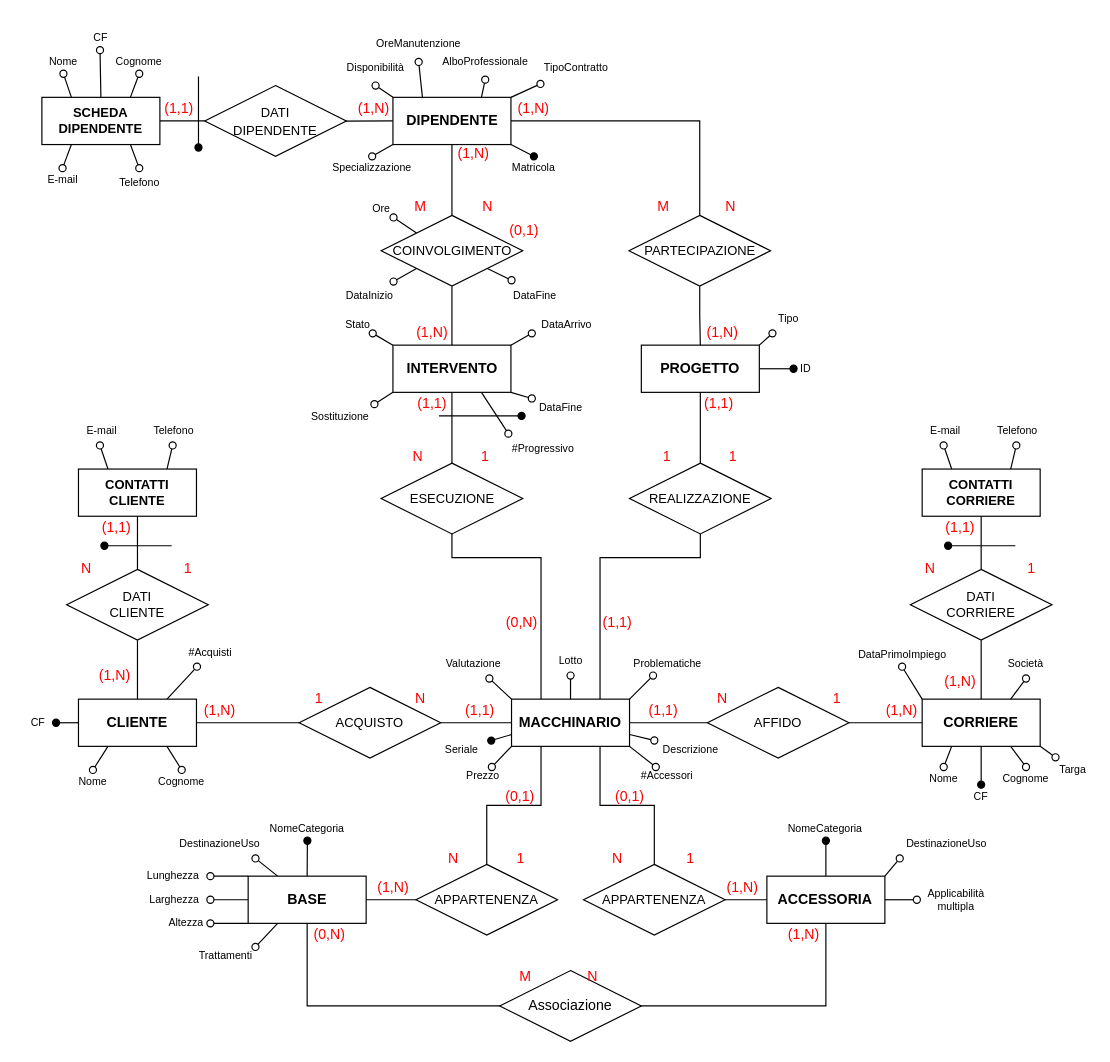
The draw.io diagram SchemaER/SchemaER_Definitivo.drawio in MicheleRabesco/MacchinariEstetici, before the edit. Source tidied: cells renumbered, new cells numbered last; positions are measured from the earlier drawing's top-left corner, leaving out a move shared by most shapes. Both pictures are drawn from the tidied source at 118%, with x=0, y=0 at pixel (20, 26).
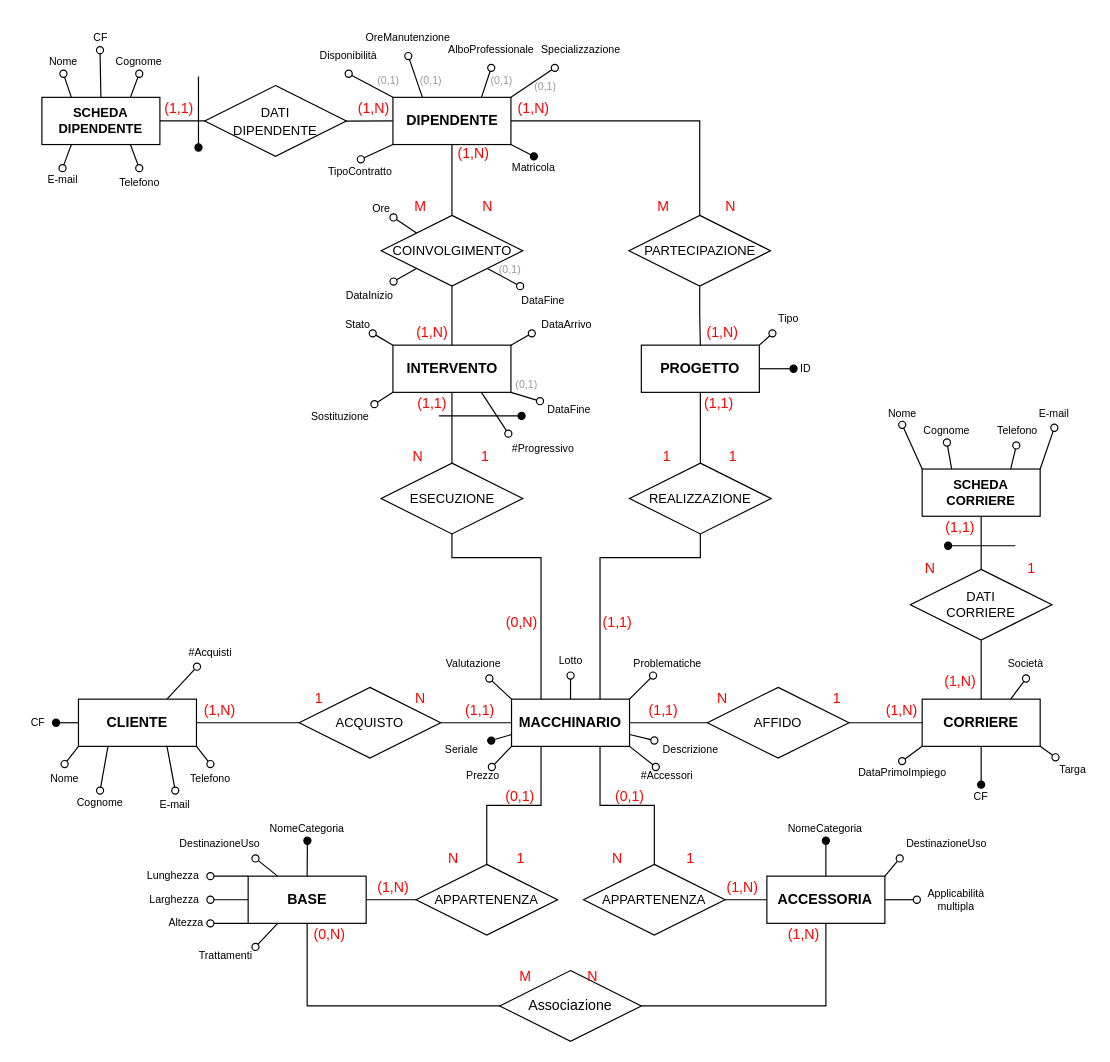
Above is the later version.

Unchanged cells that the change refers to:
```xml
<mxCell id="8" value="&lt;b&gt;CLIENTE&lt;/b&gt;" style="whiteSpace=wrap;html=1;align=center;fontColor=#000000;" parent="1" vertex="1">
  <mxGeometry x="49" y="570" width="100" height="40" as="geometry" />
</mxCell>
<mxCell id="33" value="&lt;b&gt;DIPENDENTE&lt;/b&gt;" style="whiteSpace=wrap;html=1;align=center;" parent="1" vertex="1">
  <mxGeometry x="315.5" y="60" width="100" height="40" as="geometry" />
</mxCell>
<mxCell id="47" value="&lt;b&gt;CORRIERE&lt;/b&gt;" style="whiteSpace=wrap;html=1;align=center;fontColor=#000000;" parent="1" vertex="1">
  <mxGeometry x="764" y="570" width="100" height="40" as="geometry" />
</mxCell>
```

Change to the diagram source:
```diff
@@
-    <mxCell id="4" style="edgeStyle=none;rounded=0;jettySize=auto;html=1;exitX=0.25;exitY=1;exitDx=0;exitDy=0;entryX=0.5;entryY=0;entryDx=0;entryDy=0;fontSize=11;endArrow=oval;endFill=0;" parent="1" edge="1" source="8" target="119">
+    <mxCell id="4" style="edgeStyle=none;rounded=0;jettySize=auto;html=1;exitX=0;exitY=1;exitDx=0;exitDy=0;entryX=0.5;entryY=0;entryDx=0;entryDy=0;fontSize=11;endArrow=oval;endFill=0;" parent="1" edge="1" source="8" target="119">
       <mxGeometry relative="1" as="geometry" />
     </mxCell>
-    <mxCell id="5" style="edgeStyle=none;rounded=0;jettySize=auto;html=1;exitX=0.75;exitY=1;exitDx=0;exitDy=0;entryX=0.5;entryY=0;entryDx=0;entryDy=0;fontSize=11;endArrow=oval;endFill=0;" parent="1" edge="1" source="8" target="120">
+    <mxCell id="5" style="edgeStyle=none;rounded=0;jettySize=auto;html=1;exitX=0.25;exitY=1;exitDx=0;exitDy=0;entryX=0.5;entryY=0;entryDx=0;entryDy=0;fontSize=11;endArrow=oval;endFill=0;" parent="1" edge="1" source="8" target="120">
       <mxGeometry relative="1" as="geometry" />
     </mxCell>
@@
-    <mxCell id="7" style="edgeStyle=orthogonalEdgeStyle;rounded=0;jettySize=auto;html=1;entryX=0.5;entryY=1;entryDx=0;entryDy=0;endArrow=none;endFill=0;" parent="1" edge="1" source="8" target="182">
-      <mxGeometry relative="1" as="geometry" />
-    </mxCell>
@@
-    <mxCell id="25" style="edgeStyle=none;rounded=0;jettySize=auto;html=1;exitX=1;exitY=0;exitDx=0;exitDy=0;fontSize=9;endArrow=oval;endFill=0;" parent="1" edge="1" source="33" target="89">
+    <mxCell id="25" style="edgeStyle=none;rounded=0;jettySize=auto;html=1;fontSize=9;endArrow=oval;endFill=0;startArrow=none;exitX=1;exitY=0;exitDx=0;exitDy=0;" parent="1" edge="1" source="33" target="89">
       <mxGeometry relative="1" as="geometry" />
     </mxCell>
@@
-    <mxCell id="40" style="edgeStyle=none;rounded=0;jettySize=auto;html=1;exitX=0;exitY=0;exitDx=0;exitDy=0;fontSize=9;fontColor=#000000;endArrow=oval;endFill=0;entryX=0.5;entryY=1;entryDx=0;entryDy=0;" parent="1" edge="1" source="47" target="116">
+    <mxCell id="40" style="edgeStyle=none;rounded=0;jettySize=auto;html=1;exitX=0;exitY=1;exitDx=0;exitDy=0;fontSize=9;fontColor=#000000;endArrow=oval;endFill=0;entryX=0.5;entryY=0;entryDx=0;entryDy=0;" parent="1" edge="1" source="47" target="116">
       <mxGeometry relative="1" as="geometry" />
     </mxCell>
@@
-    <mxCell id="44" style="edgeStyle=none;rounded=0;jettySize=auto;html=1;exitX=0.75;exitY=1;exitDx=0;exitDy=0;entryX=0.5;entryY=0;entryDx=0;entryDy=0;fontSize=11;endArrow=oval;endFill=0;" parent="1" edge="1" source="47" target="123">
+    <mxCell id="44" style="edgeStyle=none;rounded=0;jettySize=auto;html=1;exitX=0.25;exitY=0;exitDx=0;exitDy=0;entryX=0.5;entryY=1;entryDx=0;entryDy=0;fontSize=11;endArrow=oval;endFill=0;" parent="1" edge="1" source="199" target="123">
       <mxGeometry relative="1" as="geometry" />
     </mxCell>
-    <mxCell id="45" style="edgeStyle=none;rounded=0;jettySize=auto;html=1;exitX=0.25;exitY=1;exitDx=0;exitDy=0;entryX=0.5;entryY=0;entryDx=0;entryDy=0;fontSize=11;endArrow=oval;endFill=0;" parent="1" edge="1" source="47" target="122">
+    <mxCell id="45" style="edgeStyle=none;rounded=0;jettySize=auto;html=1;exitX=0;exitY=0;exitDx=0;exitDy=0;entryX=0.5;entryY=1;entryDx=0;entryDy=0;fontSize=11;endArrow=oval;endFill=0;" parent="1" edge="1" source="199" target="122">
       <mxGeometry relative="1" as="geometry" />
     </mxCell>
@@
     <mxCell id="80" value="Disponibilità" style="text;html=1;strokeColor=none;fillColor=none;align=center;verticalAlign=middle;whiteSpace=wrap;rounded=0;fontSize=9;" parent="1" vertex="1">
-      <mxGeometry x="270.8" y="20" width="60" height="30" as="geometry" />
+      <mxGeometry x="248" y="10" width="60" height="30" as="geometry" />
     </mxCell>
     <mxCell id="81" value="OreManutenzione" style="text;html=1;strokeColor=none;fillColor=none;align=center;verticalAlign=middle;whiteSpace=wrap;rounded=0;fontSize=9;" parent="1" vertex="1">
-      <mxGeometry x="292.8" width="89" height="30" as="geometry" />
+      <mxGeometry x="284" y="-5" width="89" height="30" as="geometry" />
     </mxCell>
     <mxCell id="82" value="AlboProfessionale" style="text;html=1;strokeColor=none;fillColor=none;align=center;verticalAlign=middle;whiteSpace=wrap;rounded=0;fontSize=9;" parent="1" vertex="1">
-      <mxGeometry x="363.7" y="15" width="60" height="30" as="geometry" />
+      <mxGeometry x="368.8" y="5" width="60" height="30" as="geometry" />
     </mxCell>
-    <mxCell id="83" value="Specializzazione" style="text;html=1;strokeColor=none;fillColor=none;align=center;verticalAlign=middle;whiteSpace=wrap;rounded=0;fontSize=9;" parent="1" vertex="1">
-      <mxGeometry x="270.8" y="110" width="54.2" height="20" as="geometry" />
+    <mxCell id="83" value="TipoContratto" style="text;html=1;strokeColor=none;fillColor=none;align=center;verticalAlign=middle;whiteSpace=wrap;rounded=0;fontSize=9;" parent="1" vertex="1">
+      <mxGeometry x="261.2" y="112.5" width="54.2" height="20" as="geometry" />
     </mxCell>
@@
-    <mxCell id="89" value="TipoContratto" style="text;html=1;strokeColor=none;fillColor=none;align=center;verticalAlign=middle;whiteSpace=wrap;rounded=0;fontSize=9;" parent="1" vertex="1">
-      <mxGeometry x="440.5" y="20" width="60" height="30" as="geometry" />
+    <mxCell id="89" value="Specializzazione" style="text;html=1;strokeColor=none;fillColor=none;align=center;verticalAlign=middle;whiteSpace=wrap;rounded=0;fontSize=9;" parent="1" vertex="1">
+      <mxGeometry x="445" y="5" width="60" height="30" as="geometry" />
     </mxCell>
@@
     <mxCell id="92" value="DataFine" style="text;html=1;strokeColor=none;fillColor=none;align=center;verticalAlign=middle;whiteSpace=wrap;rounded=0;fontSize=9;" parent="1" vertex="1">
-      <mxGeometry x="416" y="215" width="40" height="25" as="geometry" />
+      <mxGeometry x="423.3" y="220" width="40" height="25" as="geometry" />
     </mxCell>
@@
     <mxCell id="98" value="DataFine" style="text;html=1;strokeColor=none;fillColor=none;align=center;verticalAlign=middle;whiteSpace=wrap;rounded=0;fontSize=9;" parent="1" vertex="1">
-      <mxGeometry x="433.2" y="315" width="50" height="15" as="geometry" />
+      <mxGeometry x="439.8" y="317.5" width="50" height="15" as="geometry" />
     </mxCell>
@@
     <mxCell id="116" value="DataPrimoImpiego" style="text;html=1;strokeColor=none;fillColor=none;align=center;verticalAlign=middle;whiteSpace=wrap;rounded=0;fontSize=9;fontColor=#000000;" parent="1" vertex="1">
-      <mxGeometry x="707.5" y="522.5" width="79" height="20" as="geometry" />
+      <mxGeometry x="707.5" y="622.5" width="79" height="20" as="geometry" />
     </mxCell>
@@
     <mxCell id="119" value="Nome" style="text;html=1;strokeColor=none;fillColor=none;align=center;verticalAlign=middle;whiteSpace=wrap;rounded=0;fontSize=9;fontColor=#000000;" parent="1" vertex="1">
-      <mxGeometry x="43" y="630" width="36.5" height="20" as="geometry" />
+      <mxGeometry x="19" y="625" width="36.5" height="25" as="geometry" />
     </mxCell>
     <mxCell id="120" value="Cognome" style="text;html=1;strokeColor=none;fillColor=none;align=center;verticalAlign=middle;whiteSpace=wrap;rounded=0;fontSize=9;fontColor=#000000;" parent="1" vertex="1">
-      <mxGeometry x="114" y="630" width="45" height="20" as="geometry" />
+      <mxGeometry x="44.8" y="647.5" width="45" height="20" as="geometry" />
     </mxCell>
@@
     <mxCell id="122" value="Nome" style="text;html=1;strokeColor=none;fillColor=none;align=center;verticalAlign=middle;whiteSpace=wrap;rounded=0;fontSize=9;fontColor=#000000;" parent="1" vertex="1">
-      <mxGeometry x="764" y="627.5" width="36.5" height="20" as="geometry" />
+      <mxGeometry x="728.8" y="317.5" width="36.5" height="20" as="geometry" />
     </mxCell>
     <mxCell id="123" value="Cognome" style="text;html=1;strokeColor=none;fillColor=none;align=center;verticalAlign=middle;whiteSpace=wrap;rounded=0;fontSize=9;fontColor=#000000;" parent="1" vertex="1">
-      <mxGeometry x="827" y="627.5" width="50" height="20" as="geometry" />
+      <mxGeometry x="760" y="332.5" width="50" height="20" as="geometry" />
     </mxCell>
@@
     <mxCell id="125" value="Telefono" style="text;html=1;strokeColor=none;fillColor=none;align=center;verticalAlign=middle;whiteSpace=wrap;rounded=0;fontSize=9;fontColor=#000000;" parent="1" vertex="1">
-      <mxGeometry x="108.4" y="330" width="44.2" height="25" as="geometry" />
+      <mxGeometry x="138.7" y="625" width="44.2" height="25" as="geometry" />
     </mxCell>
     <mxCell id="126" value="E-mail" style="text;html=1;strokeColor=none;fillColor=none;align=center;verticalAlign=middle;whiteSpace=wrap;rounded=0;fontSize=9;fontColor=#000000;" parent="1" vertex="1">
-      <mxGeometry x="49" y="330" width="40" height="25" as="geometry" />
+      <mxGeometry x="111" y="647.5" width="40" height="25" as="geometry" />
     </mxCell>
@@
-    <mxCell id="152" value="(0,1)" style="text;html=1;strokeColor=none;fillColor=none;align=center;verticalAlign=middle;whiteSpace=wrap;rounded=0;fontColor=#FF0000;" parent="1" vertex="1">
-      <mxGeometry x="413.3" y="165" width="28.4" height="15" as="geometry" />
-    </mxCell>
@@
-    <mxCell id="181" style="edgeStyle=orthogonalEdgeStyle;rounded=0;jettySize=auto;html=1;entryX=0.5;entryY=1;entryDx=0;entryDy=0;endArrow=none;endFill=0;" parent="1" edge="1" source="182" target="185">
-      <mxGeometry relative="1" as="geometry" />
-    </mxCell>
-    <mxCell id="182" value="DATI&lt;br&gt;CLIENTE" style="shape=rhombus;perimeter=rhombusPerimeter;whiteSpace=wrap;html=1;align=center;fontSize=11;" parent="1" vertex="1">
-      <mxGeometry x="39" y="460" width="120" height="60" as="geometry" />
-    </mxCell>
-    <mxCell id="183" style="edgeStyle=none;rounded=0;jettySize=auto;html=1;exitX=0.25;exitY=0;exitDx=0;exitDy=0;entryX=0.5;entryY=1;entryDx=0;entryDy=0;fontSize=11;endArrow=oval;endFill=0;" parent="1" edge="1" source="185">
-      <mxGeometry relative="1" as="geometry">
-        <mxPoint x="67.2" y="355" as="targetPoint" />
-      </mxGeometry>
+    <mxCell id="183" style="edgeStyle=none;rounded=0;jettySize=auto;html=1;exitX=0.75;exitY=1;exitDx=0;exitDy=0;entryX=0.5;entryY=0;entryDx=0;entryDy=0;fontSize=11;endArrow=oval;endFill=0;" parent="1" edge="1" source="8" target="126">
+      <mxGeometry relative="1" as="geometry" />
     </mxCell>
-    <mxCell id="184" style="edgeStyle=none;rounded=0;jettySize=auto;html=1;exitX=0.75;exitY=0;exitDx=0;exitDy=0;entryX=0.5;entryY=1;entryDx=0;entryDy=0;fontSize=11;endArrow=oval;endFill=0;" parent="1" edge="1" source="185">
-      <mxGeometry relative="1" as="geometry">
-        <mxPoint x="128.8" y="355" as="targetPoint" />
-      </mxGeometry>
+    <mxCell id="184" style="edgeStyle=none;rounded=0;jettySize=auto;html=1;exitX=1;exitY=1;exitDx=0;exitDy=0;entryX=0.5;entryY=0;entryDx=0;entryDy=0;fontSize=11;endArrow=oval;endFill=0;" parent="1" edge="1" source="8" target="125">
+      <mxGeometry relative="1" as="geometry" />
     </mxCell>
-    <mxCell id="185" value="&lt;b&gt;CONTATTI&lt;br&gt;CLIENTE&lt;/b&gt;" style="whiteSpace=wrap;html=1;align=center;fontSize=11;" parent="1" vertex="1">
-      <mxGeometry x="49" y="375" width="100" height="40" as="geometry" />
-    </mxCell>
-    <mxCell id="186" value="(1,N)" style="text;html=1;align=center;verticalAlign=middle;whiteSpace=wrap;rounded=0;fontColor=#FF0000;" parent="1" vertex="1">
-      <mxGeometry x="60.3" y="545" width="40" height="10" as="geometry" />
-    </mxCell>
-    <mxCell id="187" value="(1,1)" style="text;html=1;strokeColor=none;fillColor=none;align=center;verticalAlign=middle;whiteSpace=wrap;rounded=0;fontColor=#FF0000;" parent="1" vertex="1">
-      <mxGeometry x="65.3" y="415" width="33" height="20" as="geometry" />
-    </mxCell>
-    <mxCell id="188" value="N" style="text;html=1;strokeColor=none;fillColor=none;align=center;verticalAlign=middle;whiteSpace=wrap;rounded=0;fontColor=#FF0000;" parent="1" vertex="1">
-      <mxGeometry x="51" y="455" width="10" height="10" as="geometry" />
-    </mxCell>
-    <mxCell id="189" value="1" style="text;html=1;strokeColor=none;fillColor=none;align=center;verticalAlign=middle;whiteSpace=wrap;rounded=0;fontColor=#FF0000;" parent="1" vertex="1">
-      <mxGeometry x="137" y="455" width="10" height="10" as="geometry" />
-    </mxCell>
-    <mxCell id="190" style="endArrow=oval;html=1;rounded=0;fontSize=11;endFill=1;fontColor=#FF0000;" parent="1" edge="1">
-      <mxGeometry relative="1" as="geometry">
-        <mxPoint x="128" y="440" as="sourcePoint" />
-        <mxPoint x="71" y="440" as="targetPoint" />
-      </mxGeometry>
-    </mxCell>
@@
     <mxCell id="194" value="E-mail" style="text;html=1;strokeColor=none;fillColor=none;align=center;verticalAlign=middle;whiteSpace=wrap;rounded=0;fontSize=9;fontColor=#000000;" parent="1" vertex="1">
-      <mxGeometry x="764" y="330" width="40" height="25" as="geometry" />
+      <mxGeometry x="856" y="315" width="40" height="25" as="geometry" />
     </mxCell>
@@
-    <mxCell id="197" style="edgeStyle=none;rounded=0;jettySize=auto;html=1;exitX=0.25;exitY=0;exitDx=0;exitDy=0;entryX=0.5;entryY=1;entryDx=0;entryDy=0;fontSize=11;endArrow=oval;endFill=0;" parent="1" edge="1" source="199">
-      <mxGeometry relative="1" as="geometry">
-        <mxPoint x="782.2" y="355" as="targetPoint" />
-      </mxGeometry>
+    <mxCell id="197" style="edgeStyle=none;rounded=0;jettySize=auto;html=1;exitX=1;exitY=0;exitDx=0;exitDy=0;entryX=0.5;entryY=1;entryDx=0;entryDy=0;fontSize=11;endArrow=oval;endFill=0;" parent="1" edge="1" source="199" target="194">
+      <mxGeometry relative="1" as="geometry" />
     </mxCell>
@@
-    <mxCell id="199" value="&lt;b&gt;CONTATTI&lt;br&gt;CORRIERE&lt;br&gt;&lt;/b&gt;" style="whiteSpace=wrap;html=1;align=center;fontSize=11;" parent="1" vertex="1">
+    <mxCell id="199" value="&lt;b&gt;SCHEDA&lt;br&gt;CORRIERE&lt;br&gt;&lt;/b&gt;" style="whiteSpace=wrap;html=1;align=center;fontSize=11;" parent="1" vertex="1">
       <mxGeometry x="764" y="375" width="100" height="40" as="geometry" />
     </mxCell>
@@
+    <mxCell id="205" value="&lt;font style=&quot;font-size: 9px&quot; color=&quot;#999999&quot;&gt;(0,1)&lt;/font&gt;" style="text;html=1;strokeColor=none;fillColor=none;align=center;verticalAlign=middle;whiteSpace=wrap;rounded=0;fontColor=#000000;" parent="1" vertex="1">
+      <mxGeometry x="281.8" y="30" width="60" height="30" as="geometry" />
+    </mxCell>
+    <mxCell id="206" value="&lt;font style=&quot;font-size: 9px&quot; color=&quot;#999999&quot;&gt;(0,1)&lt;/font&gt;" style="text;html=1;strokeColor=none;fillColor=none;align=center;verticalAlign=middle;whiteSpace=wrap;rounded=0;fontColor=#000000;" parent="1" vertex="1">
+      <mxGeometry x="318" y="30" width="60" height="30" as="geometry" />
+    </mxCell>
+    <mxCell id="207" value="&lt;font style=&quot;font-size: 9px&quot; color=&quot;#999999&quot;&gt;(0,1)&lt;/font&gt;" style="text;html=1;strokeColor=none;fillColor=none;align=center;verticalAlign=middle;whiteSpace=wrap;rounded=0;fontColor=#000000;" parent="1" vertex="1">
+      <mxGeometry x="378" y="30" width="60" height="30" as="geometry" />
+    </mxCell>
+    <mxCell id="208" value="&lt;font style=&quot;font-size: 9px&quot; color=&quot;#999999&quot;&gt;(0,1)&lt;/font&gt;" style="text;html=1;strokeColor=none;fillColor=none;align=center;verticalAlign=middle;whiteSpace=wrap;rounded=0;fontColor=#000000;" parent="1" vertex="1">
+      <mxGeometry x="415" y="35" width="60" height="30" as="geometry" />
+    </mxCell>
+    <mxCell id="209" value="&lt;font style=&quot;font-size: 9px&quot; color=&quot;#999999&quot;&gt;(0,1)&lt;/font&gt;" style="text;html=1;strokeColor=none;fillColor=none;align=center;verticalAlign=middle;whiteSpace=wrap;rounded=0;fontColor=#000000;" parent="1" vertex="1">
+      <mxGeometry x="385" y="190" width="60" height="30" as="geometry" />
+    </mxCell>
+    <mxCell id="210" value="&lt;font style=&quot;font-size: 9px&quot; color=&quot;#999999&quot;&gt;(0,1)&lt;/font&gt;" style="text;html=1;strokeColor=none;fillColor=none;align=center;verticalAlign=middle;whiteSpace=wrap;rounded=0;fontColor=#000000;" parent="1" vertex="1">
+      <mxGeometry x="398.8" y="287.5" width="60" height="30" as="geometry" />
+    </mxCell>
```
